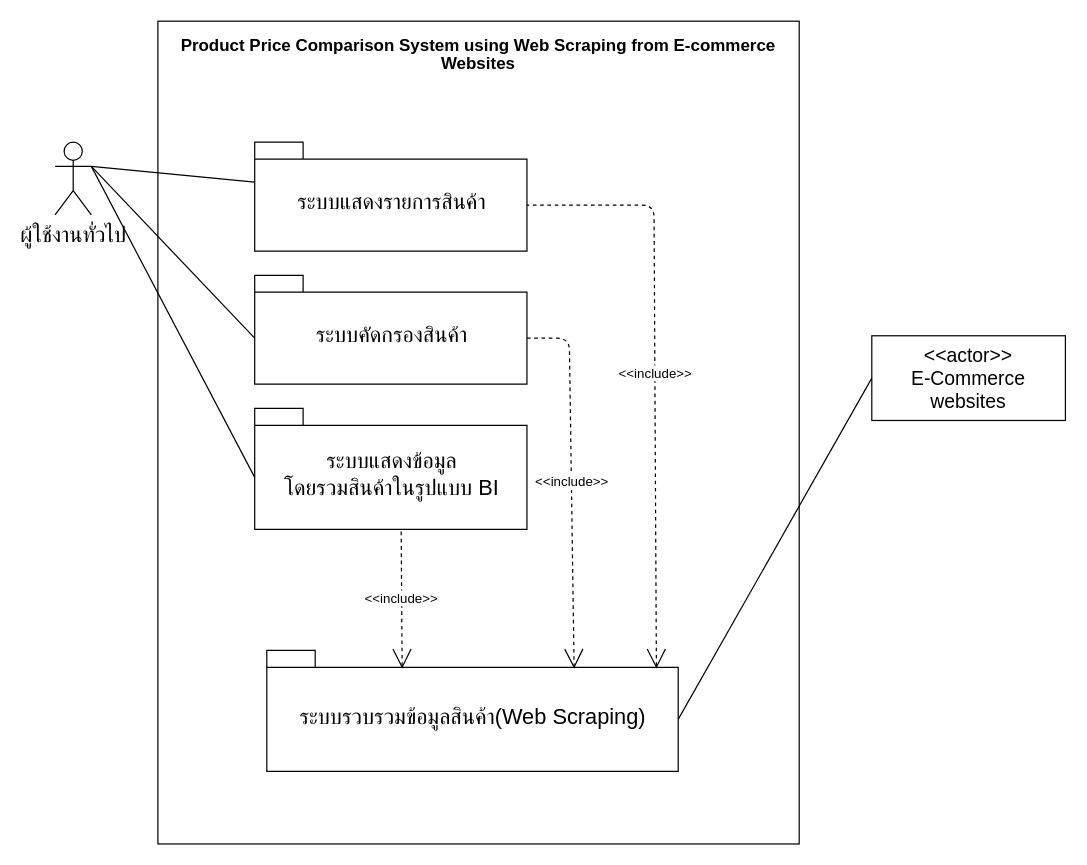
Earlier version of the draw.io diagram Untitled Diagram.drawio (newzyz/Share). Source tidied: cells renumbered, new cells numbered last; positions are measured from the earlier drawing's top-left corner, leaving out a move shared by most shapes. Both pictures are drawn from the tidied source at 121%, with x=0, y=0 at pixel (54, 21).
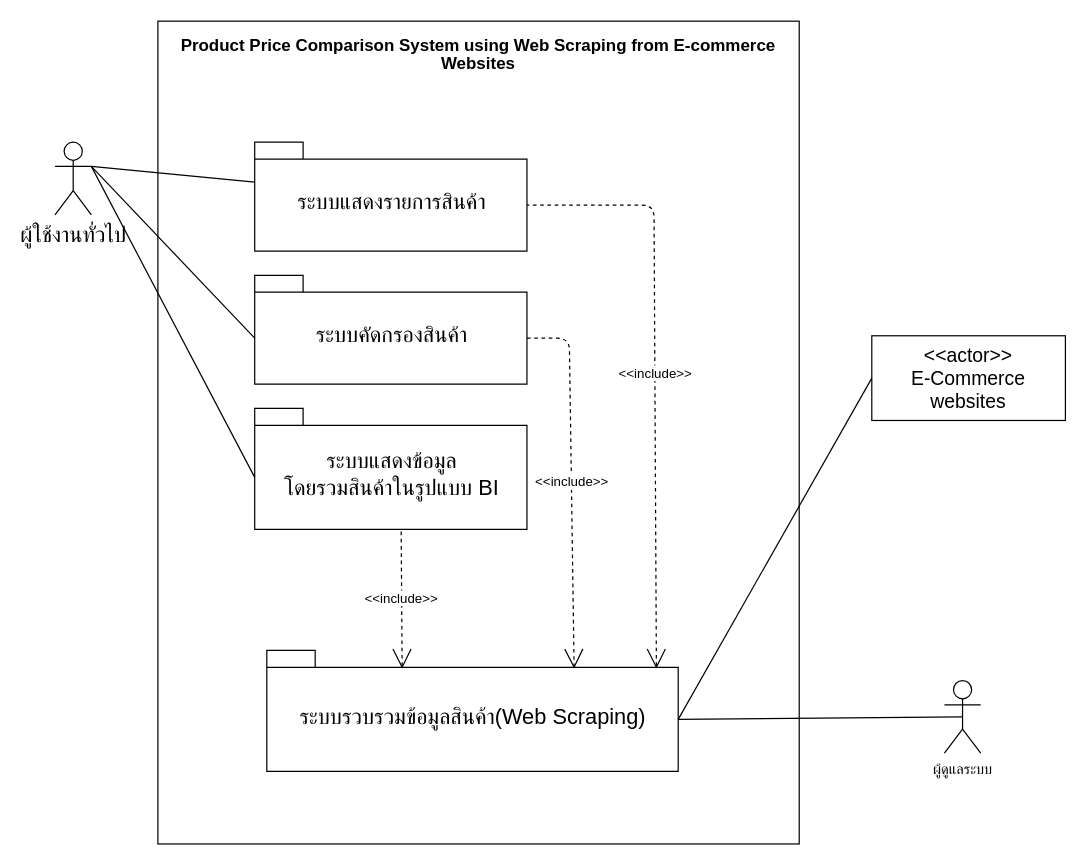
After the change.

The change refers to these unchanged cells:
```xml
<mxCell id="10" value="&lt;font style=&quot;font-size: 18px ; font-weight: normal&quot;&gt;ระบบรวบรวมข้อมูลสินค้า(Web Scraping)&lt;/font&gt;" style="shape=folder;fontStyle=1;spacingTop=10;tabWidth=40;tabHeight=14;tabPosition=left;html=1;hachureGap=4;" parent="1" vertex="1">
  <mxGeometry x="175" y="520" width="340" height="100" as="geometry" />
</mxCell>
```

The edit, as a diff of the source:
```diff
@@
+    <mxCell id="16" value="ผู้ดูแลระบบ" style="shape=umlActor;verticalLabelPosition=bottom;verticalAlign=top;html=1;outlineConnect=0;" parent="1" vertex="1">
+      <mxGeometry x="735" y="545" width="30" height="60" as="geometry" />
+    </mxCell>
+    <mxCell id="17" style="endArrow=none;html=1;entryX=0.5;entryY=0.5;entryDx=0;entryDy=0;entryPerimeter=0;exitX=0;exitY=0;exitDx=340;exitDy=57;exitPerimeter=0;" parent="1" edge="1" source="10" target="16">
+      <mxGeometry relative="1" as="geometry" />
+    </mxCell>
```
